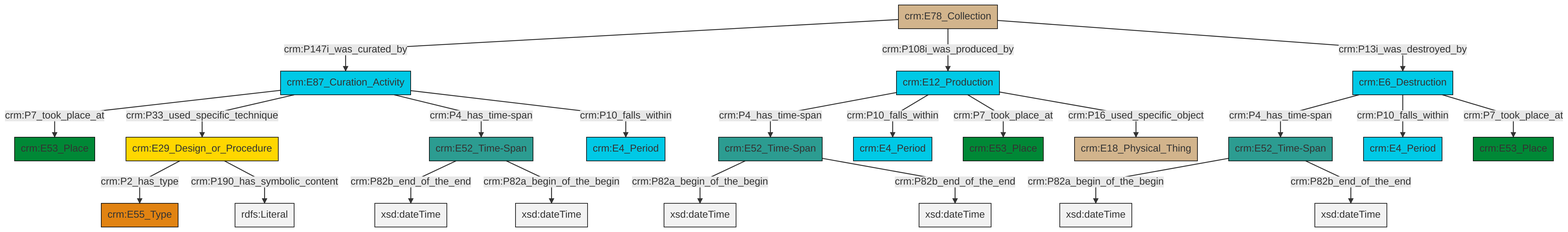
The Mermaid diagram et/archivalCSV/ttl/mmd/png/archival_existence.png in swiss-art-research-net/docs.swissartresearch, before a commit. Its source is kept beside it as et/archivalCSV/ttl/mmd/archival_existence.ttl.mmd.
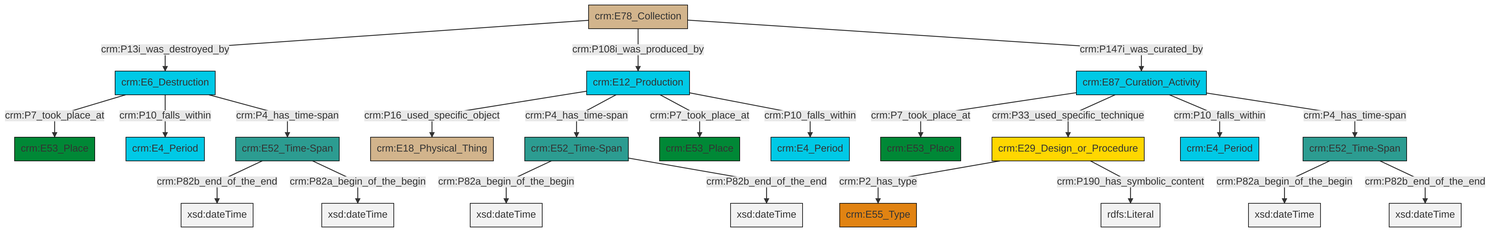
After the change.

The edit, as a diff of the source:
```diff
@@ -13,25 +13,25 @@
 classDef PC_Classes fill:#4ce600, stroke:#000000;
 classDef Multi fill:#cccccc,stroke:#000000;
 
-0["crm:E87_Curation_Activity"]:::Temporal_Entity -->|crm:P7_took_place_at| 1["crm:E53_Place"]:::Place
-2["crm:E52_Time-Span"]:::Time-Span -->|crm:P82b_end_of_the_end| 3[xsd:dateTime]:::Literal
-6["crm:E6_Destruction"]:::Temporal_Entity -->|crm:P4_has_time-span| 7["crm:E52_Time-Span"]:::Time-Span
-8["crm:E78_Collection"]:::Physical_Thing -->|crm:P147i_was_curated_by| 0["crm:E87_Curation_Activity"]:::Temporal_Entity
-8["crm:E78_Collection"]:::Physical_Thing -->|crm:P108i_was_produced_by| 13["crm:E12_Production"]:::Temporal_Entity
-7["crm:E52_Time-Span"]:::Time-Span -->|crm:P82a_begin_of_the_begin| 14[xsd:dateTime]:::Literal
-7["crm:E52_Time-Span"]:::Time-Span -->|crm:P82b_end_of_the_end| 15[xsd:dateTime]:::Literal
-6["crm:E6_Destruction"]:::Temporal_Entity -->|crm:P10_falls_within| 9["crm:E4_Period"]:::Temporal_Entity
-13["crm:E12_Production"]:::Temporal_Entity -->|crm:P4_has_time-span| 20["crm:E52_Time-Span"]:::Time-Span
-13["crm:E12_Production"]:::Temporal_Entity -->|crm:P10_falls_within| 21["crm:E4_Period"]:::Temporal_Entity
-0["crm:E87_Curation_Activity"]:::Temporal_Entity -->|crm:P33_used_specific_technique| 22["crm:E29_Design_or_Procedure"]:::Conceptual_Object
-6["crm:E6_Destruction"]:::Temporal_Entity -->|crm:P7_took_place_at| 4["crm:E53_Place"]:::Place
-22["crm:E29_Design_or_Procedure"]:::Conceptual_Object -->|crm:P2_has_type| 16["crm:E55_Type"]:::Type
-0["crm:E87_Curation_Activity"]:::Temporal_Entity -->|crm:P4_has_time-span| 2["crm:E52_Time-Span"]:::Time-Span
-13["crm:E12_Production"]:::Temporal_Entity -->|crm:P7_took_place_at| 18["crm:E53_Place"]:::Place
-13["crm:E12_Production"]:::Temporal_Entity -->|crm:P16_used_specific_object| 29["crm:E18_Physical_Thing"]:::Physical_Thing
-2["crm:E52_Time-Span"]:::Time-Span -->|crm:P82a_begin_of_the_begin| 35[xsd:dateTime]:::Literal
-22["crm:E29_Design_or_Procedure"]:::Conceptual_Object -->|crm:P190_has_symbolic_content| 36[rdfs:Literal]:::Literal
-20["crm:E52_Time-Span"]:::Time-Span -->|crm:P82a_begin_of_the_begin| 37[xsd:dateTime]:::Literal
-8["crm:E78_Collection"]:::Physical_Thing -->|crm:P13i_was_destroyed_by| 6["crm:E6_Destruction"]:::Temporal_Entity
-0["crm:E87_Curation_Activity"]:::Temporal_Entity -->|crm:P10_falls_within| 26["crm:E4_Period"]:::Temporal_Entity
-20["crm:E52_Time-Span"]:::Time-Span -->|crm:P82b_end_of_the_end| 38[xsd:dateTime]:::Literal
+8["crm:E52_Time-Span"]:::Time-Span -->|crm:P82b_end_of_the_end| 9[xsd:dateTime]:::Literal
+12["crm:E6_Destruction"]:::Temporal_Entity -->|crm:P7_took_place_at| 10["crm:E53_Place"]:::Place
+6["crm:E87_Curation_Activity"]:::Temporal_Entity -->|crm:P7_took_place_at| 16["crm:E53_Place"]:::Place
+19["crm:E78_Collection"]:::Physical_Thing -->|crm:P13i_was_destroyed_by| 12["crm:E6_Destruction"]:::Temporal_Entity
+6["crm:E87_Curation_Activity"]:::Temporal_Entity -->|crm:P33_used_specific_technique| 2["crm:E29_Design_or_Procedure"]:::Conceptual_Object
+6["crm:E87_Curation_Activity"]:::Temporal_Entity -->|crm:P10_falls_within| 17["crm:E4_Period"]:::Temporal_Entity
+19["crm:E78_Collection"]:::Physical_Thing -->|crm:P108i_was_produced_by| 23["crm:E12_Production"]:::Temporal_Entity
+12["crm:E6_Destruction"]:::Temporal_Entity -->|crm:P10_falls_within| 20["crm:E4_Period"]:::Temporal_Entity
+23["crm:E12_Production"]:::Temporal_Entity -->|crm:P16_used_specific_object| 24["crm:E18_Physical_Thing"]:::Physical_Thing
+4["crm:E52_Time-Span"]:::Time-Span -->|crm:P82a_begin_of_the_begin| 25[xsd:dateTime]:::Literal
+4["crm:E52_Time-Span"]:::Time-Span -->|crm:P82b_end_of_the_end| 26[xsd:dateTime]:::Literal
+23["crm:E12_Production"]:::Temporal_Entity -->|crm:P4_has_time-span| 4["crm:E52_Time-Span"]:::Time-Span
+23["crm:E12_Production"]:::Temporal_Entity -->|crm:P7_took_place_at| 27["crm:E53_Place"]:::Place
+2["crm:E29_Design_or_Procedure"]:::Conceptual_Object -->|crm:P2_has_type| 0["crm:E55_Type"]:::Type
+13["crm:E52_Time-Span"]:::Time-Span -->|crm:P82a_begin_of_the_begin| 28[xsd:dateTime]:::Literal
+23["crm:E12_Production"]:::Temporal_Entity -->|crm:P10_falls_within| 29["crm:E4_Period"]:::Temporal_Entity
+12["crm:E6_Destruction"]:::Temporal_Entity -->|crm:P4_has_time-span| 8["crm:E52_Time-Span"]:::Time-Span
+19["crm:E78_Collection"]:::Physical_Thing -->|crm:P147i_was_curated_by| 6["crm:E87_Curation_Activity"]:::Temporal_Entity
+2["crm:E29_Design_or_Procedure"]:::Conceptual_Object -->|crm:P190_has_symbolic_content| 33[rdfs:Literal]:::Literal
+6["crm:E87_Curation_Activity"]:::Temporal_Entity -->|crm:P4_has_time-span| 13["crm:E52_Time-Span"]:::Time-Span
+13["crm:E52_Time-Span"]:::Time-Span -->|crm:P82b_end_of_the_end| 37[xsd:dateTime]:::Literal
+8["crm:E52_Time-Span"]:::Time-Span -->|crm:P82a_begin_of_the_begin| 38[xsd:dateTime]:::Literal
```
